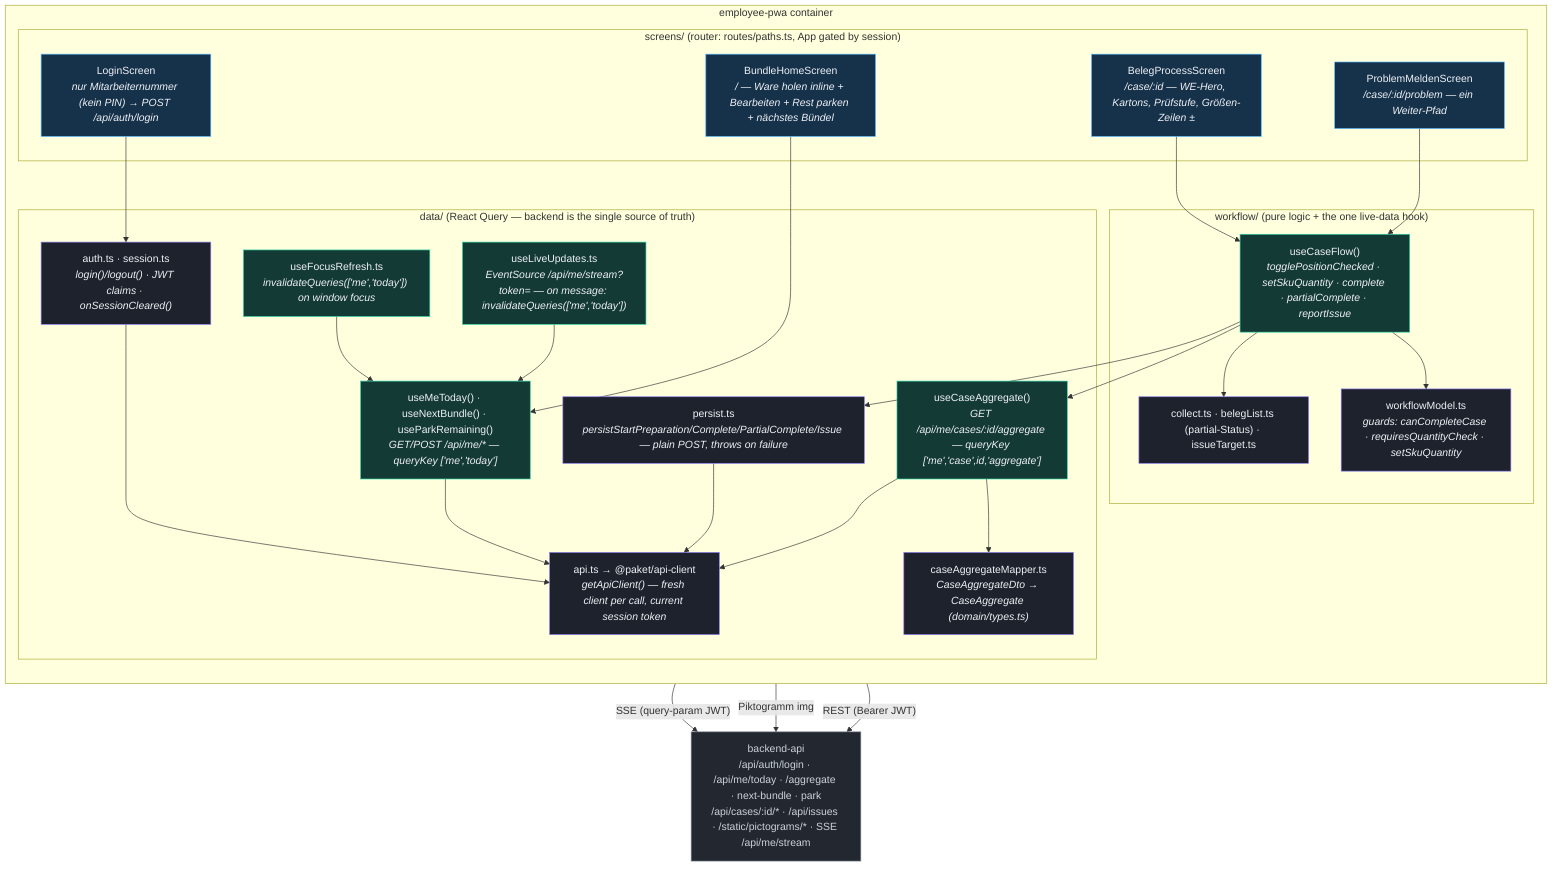
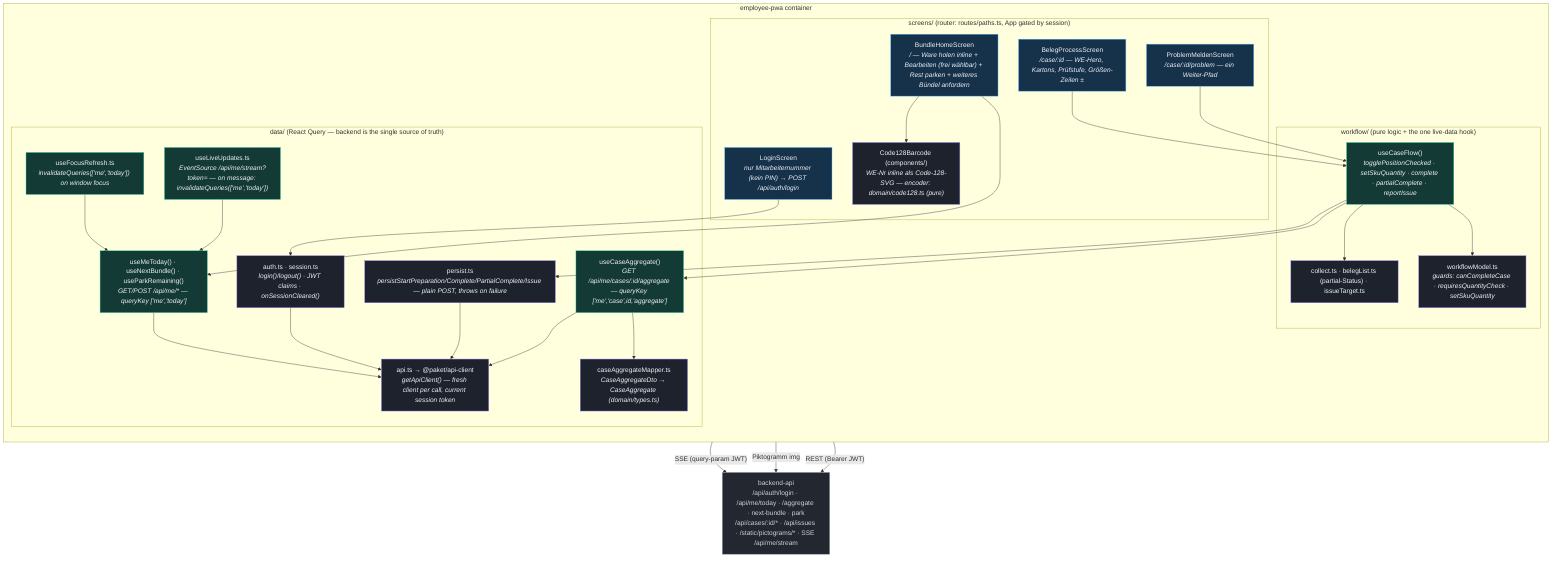
%% C4 Level 3 — Components: employee-pwa (React + Vite PWA)
%% Verified against apps/employee-pwa/src/* (screens/, workflow/, data/, routes/) — tasks 13-17.
%% Real employee login (data/auth.ts) gates the app; the backend is the single source of
%% truth via React Query plus an SSE live-update channel — the former Dexie-backed db/
%% (offline-first cache), events/ (local audit log) and seed/sync/repository modules are
%% gone (tasks 10-13). Task 15 added useLiveUpdates() (GET /api/me/stream, SSE).
flowchart TB
    classDef screen fill:#16314a,stroke:#56b6ff,color:#eef1f6;
    classDef hook fill:#143a35,stroke:#2dd4a7,color:#eef1f6;
    classDef logic fill:#1d222c,stroke:#8b7cf6,color:#eef1f6;
    classDef ext fill:#23272f,stroke:#7c8696,color:#cbd2dd;

    api["backend-api<br/>/api/auth/login · /api/me/today · /aggregate · next-bundle · park<br/>/api/cases/:id/* · /api/issues · /static/pictograms/* · SSE /api/me/stream"]:::ext

    subgraph pwa["employee-pwa container"]
        direction TB
        subgraph screens["screens/ (router: routes/paths.ts, App gated by session)"]
            login["LoginScreen<br/><i>nur Mitarbeiternummer (kein PIN) → POST /api/auth/login</i>"]:::screen
-             home["BundleHomeScreen<br/><i>/ — Ware holen inline + Bearbeiten + Rest parken + nächstes Bündel</i>"]:::screen
+             home["BundleHomeScreen<br/><i>/ — Ware holen inline + Bearbeiten (frei wählbar) + Rest parken + weiteres Bündel anfordern</i>"]:::screen
+             barcode["Code128Barcode (components/)<br/><i>WE-Nr inline als Code-128-SVG — encoder: domain/code128.ts (pure)</i>"]:::logic
            process["BelegProcessScreen<br/><i>/case/:id — WE-Hero, Kartons, Prüfstufe, Größen-Zeilen ±</i>"]:::screen
            problem["ProblemMeldenScreen<br/><i>/case/:id/problem — ein Weiter-Pfad</i>"]:::screen
        end
        subgraph wf["workflow/ (pure logic + the one live-data hook)"]
            useCaseFlow["useCaseFlow()<br/><i>togglePositionChecked · setSkuQuantity · complete · partialComplete · reportIssue</i>"]:::hook
            model["workflowModel.ts<br/><i>guards: canCompleteCase · requiresQuantityCheck · setSkuQuantity</i>"]:::logic
            collectLogic["collect.ts · belegList.ts (partial-Status) · issueTarget.ts"]:::logic
        end
        subgraph data["data/ (React Query — backend is the single source of truth)"]
            apiClient["api.ts → @paket/api-client<br/><i>getApiClient() — fresh client per call, current session token</i>"]:::logic
            auth["auth.ts · session.ts<br/><i>login()/logout() · JWT claims · onSessionCleared()</i>"]:::logic
            meToday["useMeToday() · useNextBundle() · useParkRemaining()<br/><i>GET/POST /api/me/* — queryKey ['me','today']</i>"]:::hook
            caseAgg["useCaseAggregate()<br/><i>GET /api/me/cases/:id/aggregate — queryKey ['me','case',id,'aggregate']</i>"]:::hook
            mapper["caseAggregateMapper.ts<br/><i>CaseAggregateDto → CaseAggregate (domain/types.ts)</i>"]:::logic
            persist["persist.ts<br/><i>persistStartPreparation/Complete/PartialComplete/Issue — plain POST, throws on failure</i>"]:::logic
            focus["useFocusRefresh.ts<br/><i>invalidateQueries(['me','today']) on window focus</i>"]:::hook
            live["useLiveUpdates.ts<br/><i>EventSource /api/me/stream?token= — on message: invalidateQueries(['me','today'])</i>"]:::hook
        end
    end

    login --> auth
    auth --> apiClient
    home --> meToday
+     home --> barcode
    process --> useCaseFlow
    problem --> useCaseFlow
    useCaseFlow --> model
    useCaseFlow --> collectLogic
    useCaseFlow --> caseAgg
    useCaseFlow --> persist
    caseAgg --> mapper
    caseAgg --> apiClient
    meToday --> apiClient
    persist --> apiClient
    focus --> meToday
    live --> meToday
    live -->|"SSE (query-param JWT)"| api
    process -->|"Piktogramm img"| api
    apiClient -->|"REST (Bearer JWT)"| api
